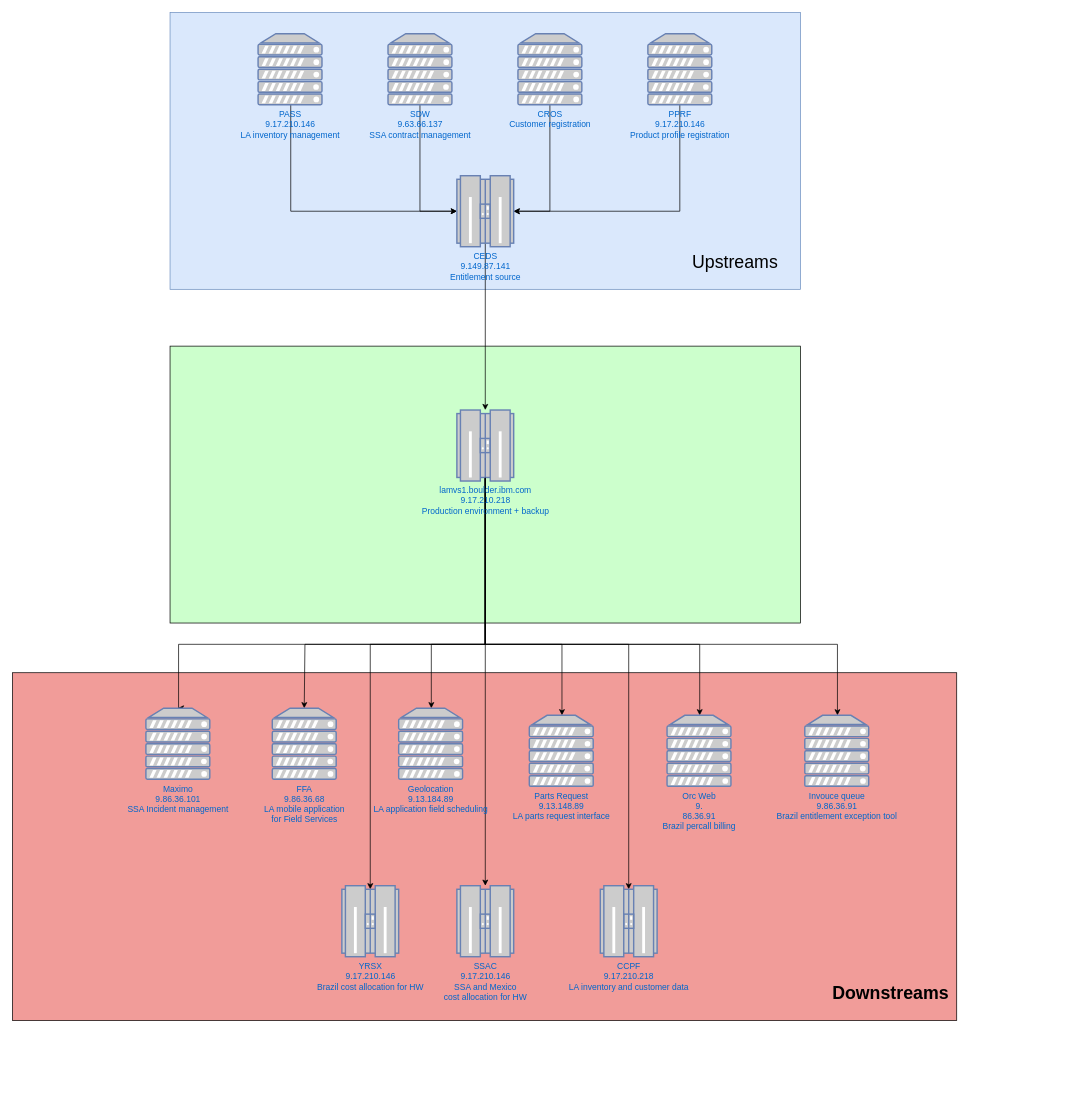
Before: RCMS_Arch.drawio in yuribreion/yuribreion, a draw.io diagram. Source tidied: cells renumbered, new cells numbered last; positions are measured from the earlier drawing's top-left corner, leaving out a move shared by most shapes. Both pictures are drawn from the tidied source at 71%, with x=0, y=0 at pixel (12, 12).
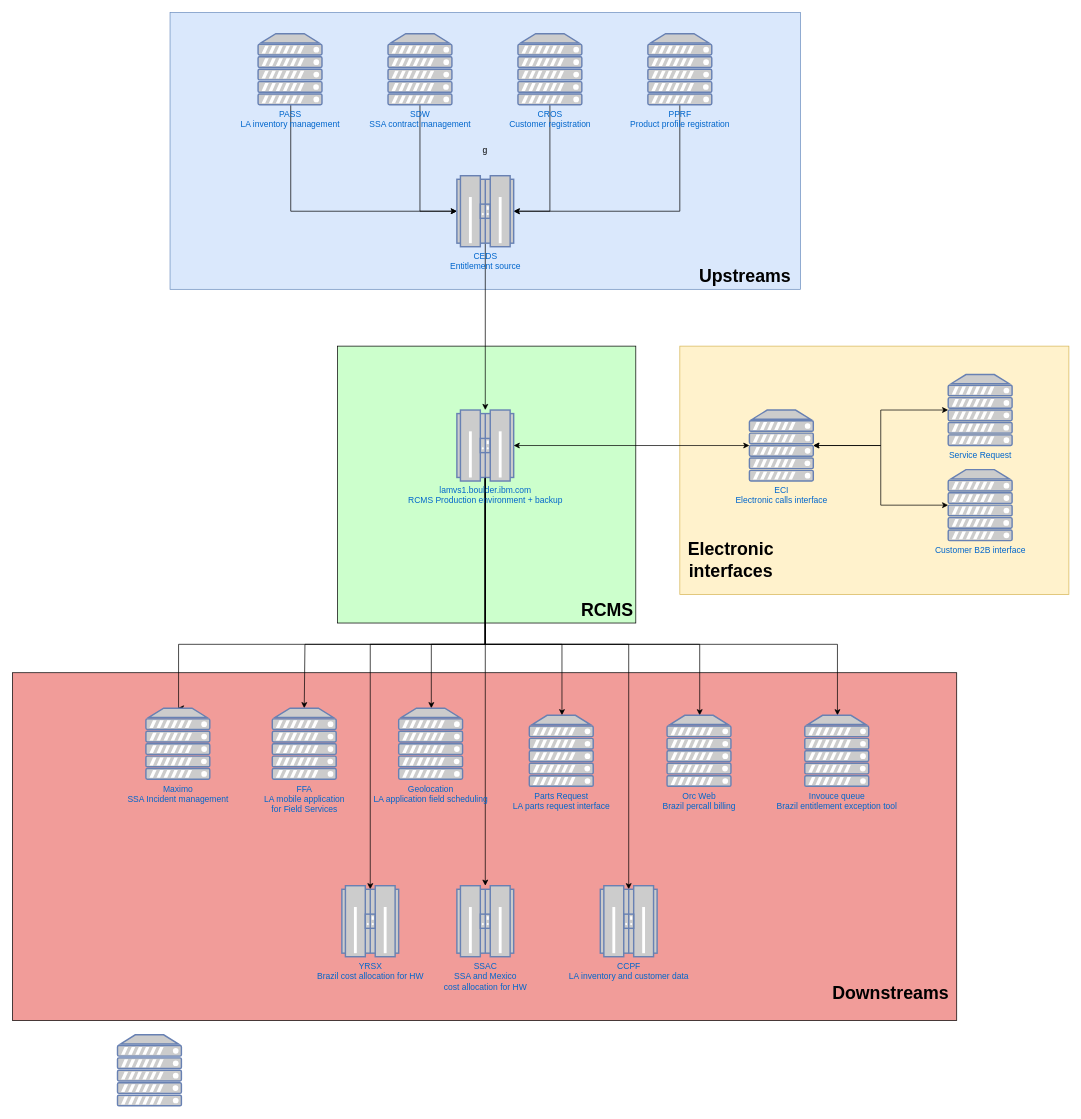
The same page after the edit.

What changed in the source:
```diff
@@
+    <mxCell id="36" style="rounded=0;whiteSpace=wrap;html=1;fillColor=#fff2cc;strokeColor=#d6b656;" parent="1" vertex="1">
+      <mxGeometry x="940" y="470" width="548" height="350" as="geometry" />
+    </mxCell>
@@
-    <mxCell id="3" style="rounded=0;whiteSpace=wrap;html=1;fillColor=#dae8fc;strokeColor=#6c8ebf;" parent="1" vertex="1">
+    <mxCell id="3" value="g" style="rounded=0;whiteSpace=wrap;html=1;fillColor=#dae8fc;strokeColor=#6c8ebf;" parent="1" vertex="1">
       <mxGeometry x="222" width="888" height="390" as="geometry" />
     </mxCell>
     <mxCell id="4" style="rounded=0;whiteSpace=wrap;html=1;fillColor=#CCFFCC;" parent="1" vertex="1">
-      <mxGeometry x="222" y="470" width="888" height="390" as="geometry" />
+      <mxGeometry x="458" y="470" width="420" height="390" as="geometry" />
     </mxCell>
@@
-    <mxCell id="13" value="&lt;div&gt;lamvs1.boulder.ibm.com&lt;/div&gt;&lt;div&gt;9.17.210.218&lt;/div&gt;&lt;div&gt;Production environment + backup&lt;br&gt;&lt;/div&gt;" style="fontColor=#0066CC;verticalAlign=top;verticalLabelPosition=bottom;labelPosition=center;align=center;html=1;outlineConnect=0;fillColor=#CCCCCC;strokeColor=#6881B3;gradientColor=none;gradientDirection=north;strokeWidth=2;shape=mxgraph.networks.mainframe;" parent="1" vertex="1">
+    <mxCell id="13" value="&lt;div&gt;lamvs1.boulder.ibm.com&lt;/div&gt;&lt;div&gt;RCMS Production environment + backup&lt;br&gt;&lt;/div&gt;" style="fontColor=#0066CC;verticalAlign=top;verticalLabelPosition=bottom;labelPosition=center;align=center;html=1;outlineConnect=0;fillColor=#CCCCCC;strokeColor=#6881B3;gradientColor=none;gradientDirection=north;strokeWidth=2;shape=mxgraph.networks.mainframe;" parent="1" vertex="1">
       <mxGeometry x="626" y="560" width="80" height="100" as="geometry" />
     </mxCell>
@@
-    <mxCell id="17" value="&lt;div&gt;PASS&lt;/div&gt;&lt;div&gt;9.17.210.146&lt;/div&gt;&lt;div&gt;LA inventory management&lt;br&gt;&lt;/div&gt;" style="fontColor=#0066CC;verticalAlign=top;verticalLabelPosition=bottom;labelPosition=center;align=center;html=1;outlineConnect=0;fillColor=#CCCCCC;strokeColor=#6881B3;gradientColor=none;gradientDirection=north;strokeWidth=2;shape=mxgraph.networks.server;" parent="1" vertex="1">
+    <mxCell id="17" value="&lt;div&gt;PASS&lt;/div&gt;&lt;div&gt;LA inventory management&lt;br&gt;&lt;/div&gt;" style="fontColor=#0066CC;verticalAlign=top;verticalLabelPosition=bottom;labelPosition=center;align=center;html=1;outlineConnect=0;fillColor=#CCCCCC;strokeColor=#6881B3;gradientColor=none;gradientDirection=north;strokeWidth=2;shape=mxgraph.networks.server;" parent="1" vertex="1">
       <mxGeometry x="346" y="30" width="90" height="100" as="geometry" />
     </mxCell>
@@
-    <mxCell id="19" value="&lt;div&gt;SDW&lt;/div&gt;&lt;div&gt;9.63.66.137&lt;/div&gt;&lt;div&gt;SSA contract management&lt;br&gt;&lt;/div&gt;" style="fontColor=#0066CC;verticalAlign=top;verticalLabelPosition=bottom;labelPosition=center;align=center;html=1;outlineConnect=0;fillColor=#CCCCCC;strokeColor=#6881B3;gradientColor=none;gradientDirection=north;strokeWidth=2;shape=mxgraph.networks.server;" parent="1" vertex="1">
+    <mxCell id="19" value="&lt;div&gt;SDW&lt;/div&gt;&lt;div&gt;SSA contract management&lt;br&gt;&lt;/div&gt;" style="fontColor=#0066CC;verticalAlign=top;verticalLabelPosition=bottom;labelPosition=center;align=center;html=1;outlineConnect=0;fillColor=#CCCCCC;strokeColor=#6881B3;gradientColor=none;gradientDirection=north;strokeWidth=2;shape=mxgraph.networks.server;" parent="1" vertex="1">
       <mxGeometry x="529" y="30" width="90" height="100" as="geometry" />
     </mxCell>
@@
-    <mxCell id="21" value="&lt;div&gt;PPRF&lt;/div&gt;&lt;div&gt;9.17.210.146&lt;/div&gt;&lt;div&gt;Product profile registration&lt;br&gt;&lt;/div&gt;" style="fontColor=#0066CC;verticalAlign=top;verticalLabelPosition=bottom;labelPosition=center;align=center;html=1;outlineConnect=0;fillColor=#CCCCCC;strokeColor=#6881B3;gradientColor=none;gradientDirection=north;strokeWidth=2;shape=mxgraph.networks.server;" parent="1" vertex="1">
+    <mxCell id="21" value="&lt;div&gt;PPRF&lt;/div&gt;&lt;div&gt;Product profile registration&lt;br&gt;&lt;/div&gt;" style="fontColor=#0066CC;verticalAlign=top;verticalLabelPosition=bottom;labelPosition=center;align=center;html=1;outlineConnect=0;fillColor=#CCCCCC;strokeColor=#6881B3;gradientColor=none;gradientDirection=north;strokeWidth=2;shape=mxgraph.networks.server;" parent="1" vertex="1">
       <mxGeometry x="895" y="30" width="90" height="100" as="geometry" />
     </mxCell>
@@
-    <mxCell id="23" value="&lt;div&gt;CEDS&lt;/div&gt;&lt;div&gt;9.149.87.141&lt;/div&gt;&lt;div&gt;Entitlement source&lt;br&gt;&lt;/div&gt;" style="fontColor=#0066CC;verticalAlign=top;verticalLabelPosition=bottom;labelPosition=center;align=center;html=1;outlineConnect=0;fillColor=#CCCCCC;strokeColor=#6881B3;gradientColor=none;gradientDirection=north;strokeWidth=2;shape=mxgraph.networks.mainframe;" parent="1" vertex="1">
+    <mxCell id="23" value="&lt;div&gt;CEDS&lt;/div&gt;&lt;div&gt;Entitlement source&lt;br&gt;&lt;/div&gt;" style="fontColor=#0066CC;verticalAlign=top;verticalLabelPosition=bottom;labelPosition=center;align=center;html=1;outlineConnect=0;fillColor=#CCCCCC;strokeColor=#6881B3;gradientColor=none;gradientDirection=north;strokeWidth=2;shape=mxgraph.networks.mainframe;" parent="1" vertex="1">
       <mxGeometry x="626" y="230" width="80" height="100" as="geometry" />
     </mxCell>
-    <mxCell id="24" value="Upstreams" style="text;html=1;strokeColor=none;fillColor=none;align=center;verticalAlign=middle;whiteSpace=wrap;rounded=0;fontSize=25;" parent="1" vertex="1">
-      <mxGeometry x="998" y="340" width="40" height="20" as="geometry" />
+    <mxCell id="24" value="Upstreams" style="text;html=1;strokeColor=none;fillColor=none;align=center;verticalAlign=middle;whiteSpace=wrap;rounded=0;fontSize=25;fontStyle=1;" parent="1" vertex="1">
+      <mxGeometry x="1012" y="360" width="40" height="20" as="geometry" />
     </mxCell>
@@
-    <mxCell id="26" value="&lt;div&gt;Maximo&lt;/div&gt;&lt;div&gt;9.86.36.101&lt;/div&gt;&lt;div&gt;SSA Incident management&lt;br&gt;&lt;/div&gt;" style="fontColor=#0066CC;verticalAlign=top;verticalLabelPosition=bottom;labelPosition=center;align=center;html=1;outlineConnect=0;fillColor=#CCCCCC;strokeColor=#6881B3;gradientColor=none;gradientDirection=north;strokeWidth=2;shape=mxgraph.networks.server;" parent="1" vertex="1">
+    <mxCell id="26" value="&lt;div&gt;Maximo&lt;/div&gt;&lt;div&gt;SSA Incident management&lt;br&gt;&lt;/div&gt;" style="fontColor=#0066CC;verticalAlign=top;verticalLabelPosition=bottom;labelPosition=center;align=center;html=1;outlineConnect=0;fillColor=#CCCCCC;strokeColor=#6881B3;gradientColor=none;gradientDirection=north;strokeWidth=2;shape=mxgraph.networks.server;" parent="1" vertex="1">
       <mxGeometry x="188" y="980" width="90" height="100" as="geometry" />
     </mxCell>
-    <mxCell id="27" value="&lt;div&gt;FFA&lt;/div&gt;&lt;div&gt;9.86.36.68&lt;/div&gt;&lt;div&gt;LA mobile application&lt;/div&gt;&lt;div&gt;for Field Services&lt;br&gt;&lt;/div&gt;" style="fontColor=#0066CC;verticalAlign=top;verticalLabelPosition=bottom;labelPosition=center;align=center;html=1;outlineConnect=0;fillColor=#CCCCCC;strokeColor=#6881B3;gradientColor=none;gradientDirection=north;strokeWidth=2;shape=mxgraph.networks.server;" parent="1" vertex="1">
+    <mxCell id="27" value="&lt;div&gt;FFA&lt;/div&gt;&lt;div&gt;LA mobile application&lt;/div&gt;&lt;div&gt;for Field Services&lt;br&gt;&lt;/div&gt;" style="fontColor=#0066CC;verticalAlign=top;verticalLabelPosition=bottom;labelPosition=center;align=center;html=1;outlineConnect=0;fillColor=#CCCCCC;strokeColor=#6881B3;gradientColor=none;gradientDirection=north;strokeWidth=2;shape=mxgraph.networks.server;" parent="1" vertex="1">
       <mxGeometry x="366" y="980" width="90" height="100" as="geometry" />
     </mxCell>
-    <mxCell id="28" value="&lt;div&gt;Geolocation&lt;/div&gt;&lt;div&gt;9.13.184.89&lt;/div&gt;&lt;div&gt;LA application field scheduling&lt;br&gt;&lt;/div&gt;" style="fontColor=#0066CC;verticalAlign=top;verticalLabelPosition=bottom;labelPosition=center;align=center;html=1;outlineConnect=0;fillColor=#CCCCCC;strokeColor=#6881B3;gradientColor=none;gradientDirection=north;strokeWidth=2;shape=mxgraph.networks.server;" parent="1" vertex="1">
+    <mxCell id="28" value="&lt;div&gt;Geolocation&lt;/div&gt;&lt;div&gt;LA application field scheduling&lt;br&gt;&lt;/div&gt;" style="fontColor=#0066CC;verticalAlign=top;verticalLabelPosition=bottom;labelPosition=center;align=center;html=1;outlineConnect=0;fillColor=#CCCCCC;strokeColor=#6881B3;gradientColor=none;gradientDirection=north;strokeWidth=2;shape=mxgraph.networks.server;" parent="1" vertex="1">
       <mxGeometry x="544" y="980" width="90" height="100" as="geometry" />
     </mxCell>
-    <mxCell id="29" value="&lt;div&gt;Invouce queue&lt;/div&gt;&lt;div&gt;9.86.36.91&lt;/div&gt;&lt;div&gt;Brazil entitlement exception tool&lt;br&gt;&lt;/div&gt;" style="fontColor=#0066CC;verticalAlign=top;verticalLabelPosition=bottom;labelPosition=center;align=center;html=1;outlineConnect=0;fillColor=#CCCCCC;strokeColor=#6881B3;gradientColor=none;gradientDirection=north;strokeWidth=2;shape=mxgraph.networks.server;" parent="1" vertex="1">
+    <mxCell id="29" value="&lt;div&gt;Invouce queue&lt;/div&gt;&lt;div&gt;Brazil entitlement exception tool&lt;br&gt;&lt;/div&gt;" style="fontColor=#0066CC;verticalAlign=top;verticalLabelPosition=bottom;labelPosition=center;align=center;html=1;outlineConnect=0;fillColor=#CCCCCC;strokeColor=#6881B3;gradientColor=none;gradientDirection=north;strokeWidth=2;shape=mxgraph.networks.server;" parent="1" vertex="1">
       <mxGeometry x="1116" y="990" width="90" height="100" as="geometry" />
     </mxCell>
-    <mxCell id="30" value="&lt;div&gt;Parts Request&lt;/div&gt;&lt;div&gt;9.13.148.89&lt;/div&gt;&lt;div&gt;LA parts request interface&lt;br&gt;&lt;/div&gt;" style="fontColor=#0066CC;verticalAlign=top;verticalLabelPosition=bottom;labelPosition=center;align=center;html=1;outlineConnect=0;fillColor=#CCCCCC;strokeColor=#6881B3;gradientColor=none;gradientDirection=north;strokeWidth=2;shape=mxgraph.networks.server;" parent="1" vertex="1">
+    <mxCell id="30" value="&lt;div&gt;Parts Request&lt;/div&gt;&lt;div&gt;LA parts request interface&lt;br&gt;&lt;/div&gt;" style="fontColor=#0066CC;verticalAlign=top;verticalLabelPosition=bottom;labelPosition=center;align=center;html=1;outlineConnect=0;fillColor=#CCCCCC;strokeColor=#6881B3;gradientColor=none;gradientDirection=north;strokeWidth=2;shape=mxgraph.networks.server;" parent="1" vertex="1">
       <mxGeometry x="728" y="990" width="90" height="100" as="geometry" />
     </mxCell>
-    <mxCell id="31" value="&lt;div&gt;Orc Web&lt;/div&gt;&lt;div&gt;9.&lt;br&gt;&lt;/div&gt;&lt;div&gt;86.36.91&lt;/div&gt;&lt;div&gt;Brazil percall billing&lt;br&gt;&lt;/div&gt;" style="fontColor=#0066CC;verticalAlign=top;verticalLabelPosition=bottom;labelPosition=center;align=center;html=1;outlineConnect=0;fillColor=#CCCCCC;strokeColor=#6881B3;gradientColor=none;gradientDirection=north;strokeWidth=2;shape=mxgraph.networks.server;" parent="1" vertex="1">
+    <mxCell id="31" value="&lt;div&gt;Orc Web&lt;/div&gt;&lt;div&gt;Brazil percall billing&lt;br&gt;&lt;/div&gt;" style="fontColor=#0066CC;verticalAlign=top;verticalLabelPosition=bottom;labelPosition=center;align=center;html=1;outlineConnect=0;fillColor=#CCCCCC;strokeColor=#6881B3;gradientColor=none;gradientDirection=north;strokeWidth=2;shape=mxgraph.networks.server;" parent="1" vertex="1">
       <mxGeometry x="922" y="990" width="90" height="100" as="geometry" />
     </mxCell>
-    <mxCell id="32" value="&lt;div&gt;SSAC&lt;br&gt;&lt;/div&gt;&lt;div&gt;9.17.210.146&lt;/div&gt;&lt;div&gt;SSA and Mexico &lt;br&gt;&lt;/div&gt;&lt;div&gt;cost allocation for HW&lt;br&gt;&lt;/div&gt;" style="fontColor=#0066CC;verticalAlign=top;verticalLabelPosition=bottom;labelPosition=center;align=center;html=1;outlineConnect=0;fillColor=#CCCCCC;strokeColor=#6881B3;gradientColor=none;gradientDirection=north;strokeWidth=2;shape=mxgraph.networks.mainframe;" parent="1" vertex="1">
+    <mxCell id="32" value="&lt;div&gt;SSAC&lt;br&gt;&lt;/div&gt;&lt;div&gt;SSA and Mexico &lt;br&gt;&lt;/div&gt;&lt;div&gt;cost allocation for HW&lt;br&gt;&lt;/div&gt;" style="fontColor=#0066CC;verticalAlign=top;verticalLabelPosition=bottom;labelPosition=center;align=center;html=1;outlineConnect=0;fillColor=#CCCCCC;strokeColor=#6881B3;gradientColor=none;gradientDirection=north;strokeWidth=2;shape=mxgraph.networks.mainframe;" parent="1" vertex="1">
       <mxGeometry x="626" y="1230" width="80" height="100" as="geometry" />
     </mxCell>
-    <mxCell id="33" value="&lt;div&gt;YRSX&lt;/div&gt;&lt;div&gt;9.17.210.146&lt;/div&gt;&lt;div&gt;Brazil cost allocation for HW&lt;br&gt;&lt;/div&gt;" style="fontColor=#0066CC;verticalAlign=top;verticalLabelPosition=bottom;labelPosition=center;align=center;html=1;outlineConnect=0;fillColor=#CCCCCC;strokeColor=#6881B3;gradientColor=none;gradientDirection=north;strokeWidth=2;shape=mxgraph.networks.mainframe;" parent="1" vertex="1">
+    <mxCell id="33" value="&lt;div&gt;YRSX&lt;/div&gt;&lt;div&gt;Brazil cost allocation for HW&lt;br&gt;&lt;/div&gt;" style="fontColor=#0066CC;verticalAlign=top;verticalLabelPosition=bottom;labelPosition=center;align=center;html=1;outlineConnect=0;fillColor=#CCCCCC;strokeColor=#6881B3;gradientColor=none;gradientDirection=north;strokeWidth=2;shape=mxgraph.networks.mainframe;" parent="1" vertex="1">
       <mxGeometry x="464" y="1230" width="80" height="100" as="geometry" />
     </mxCell>
-    <mxCell id="34" value="&lt;div&gt;CCPF&lt;/div&gt;&lt;div&gt;9.17.210.218&lt;/div&gt;&lt;div&gt;LA inventory and customer data&lt;br&gt;&lt;/div&gt;" style="fontColor=#0066CC;verticalAlign=top;verticalLabelPosition=bottom;labelPosition=center;align=center;html=1;outlineConnect=0;fillColor=#CCCCCC;strokeColor=#6881B3;gradientColor=none;gradientDirection=north;strokeWidth=2;shape=mxgraph.networks.mainframe;" parent="1" vertex="1">
+    <mxCell id="34" value="&lt;div&gt;CCPF&lt;/div&gt;&lt;div&gt;LA inventory and customer data&lt;br&gt;&lt;/div&gt;" style="fontColor=#0066CC;verticalAlign=top;verticalLabelPosition=bottom;labelPosition=center;align=center;html=1;outlineConnect=0;fillColor=#CCCCCC;strokeColor=#6881B3;gradientColor=none;gradientDirection=north;strokeWidth=2;shape=mxgraph.networks.mainframe;" parent="1" vertex="1">
       <mxGeometry x="828" y="1230" width="80" height="100" as="geometry" />
     </mxCell>
@@
+    <mxCell id="37" style="edgeStyle=orthogonalEdgeStyle;rounded=0;jettySize=auto;html=1;startArrow=classic;startFill=1;" parent="1" edge="1" source="40" target="13">
+      <mxGeometry relative="1" as="geometry" />
+    </mxCell>
+    <mxCell id="38" style="edgeStyle=orthogonalEdgeStyle;rounded=0;jettySize=auto;html=1;startArrow=classic;startFill=1;" parent="1" edge="1" source="40" target="43">
+      <mxGeometry relative="1" as="geometry" />
+    </mxCell>
+    <mxCell id="39" style="edgeStyle=orthogonalEdgeStyle;rounded=0;jettySize=auto;html=1;entryX=0;entryY=0.5;entryDx=0;entryDy=0;entryPerimeter=0;startArrow=classic;startFill=1;" parent="1" edge="1" source="40" target="42">
+      <mxGeometry relative="1" as="geometry" />
+    </mxCell>
+    <mxCell id="40" value="&lt;div&gt;ECI&lt;/div&gt;&lt;div&gt;Electronic calls interface&lt;br&gt;&lt;/div&gt;" style="fontColor=#0066CC;verticalAlign=top;verticalLabelPosition=bottom;labelPosition=center;align=center;html=1;outlineConnect=0;fillColor=#CCCCCC;strokeColor=#6881B3;gradientColor=none;gradientDirection=north;strokeWidth=2;shape=mxgraph.networks.server;" parent="1" vertex="1">
+      <mxGeometry x="1038" y="560" width="90" height="100" as="geometry" />
+    </mxCell>
+    <mxCell id="41" style="fontColor=#0066CC;verticalAlign=top;verticalLabelPosition=bottom;labelPosition=center;align=center;html=1;fillColor=#CCCCCC;strokeColor=#6881B3;gradientColor=none;gradientDirection=north;strokeWidth=2;shape=mxgraph.networks.server;" parent="1" vertex="1">
+      <mxGeometry x="148" y="1440" width="90" height="100" as="geometry" />
+    </mxCell>
+    <mxCell id="42" value="Customer B2B interface" style="fontColor=#0066CC;verticalAlign=top;verticalLabelPosition=bottom;labelPosition=center;align=center;html=1;outlineConnect=0;fillColor=#CCCCCC;strokeColor=#6881B3;gradientColor=none;gradientDirection=north;strokeWidth=2;shape=mxgraph.networks.server;" parent="1" vertex="1">
+      <mxGeometry x="1318" y="644" width="90" height="100" as="geometry" />
+    </mxCell>
+    <mxCell id="43" value="Service Request" style="fontColor=#0066CC;verticalAlign=top;verticalLabelPosition=bottom;labelPosition=center;align=center;html=1;outlineConnect=0;fillColor=#CCCCCC;strokeColor=#6881B3;gradientColor=none;gradientDirection=north;strokeWidth=2;shape=mxgraph.networks.server;" parent="1" vertex="1">
+      <mxGeometry x="1318" y="510" width="90" height="100" as="geometry" />
+    </mxCell>
+    <mxCell id="44" value="RCMS" style="text;html=1;strokeColor=none;fillColor=none;align=center;verticalAlign=middle;whiteSpace=wrap;rounded=0;fontStyle=1;fontSize=25;" parent="1" vertex="1">
+      <mxGeometry x="818" y="830" width="40" height="20" as="geometry" />
+    </mxCell>
+    <mxCell id="45" value="&lt;b&gt;Electronic interfaces&lt;br&gt;&lt;/b&gt;" style="text;html=1;strokeColor=none;fillColor=none;align=center;verticalAlign=middle;whiteSpace=wrap;rounded=0;fontSize=25;" parent="1" vertex="1">
+      <mxGeometry x="992" y="760" width="40" height="20" as="geometry" />
+    </mxCell>
```
